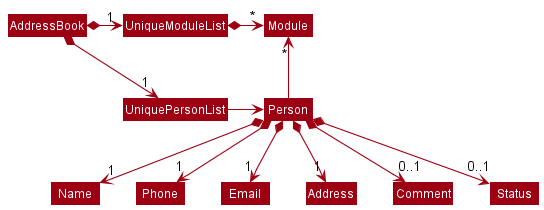
Before: docs/images/BetterModelClassDiagram.png, a diagram exported from PlantUML (nus-cs2103-AY2122S2/tp).
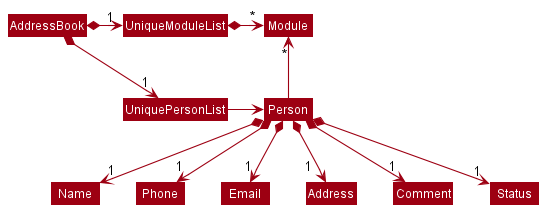
Above is the later version.

Diff of the diagram source:
```diff
@@ -17,7 +17,7 @@
 Person *--> "1" Name
 Person *--> "1" Phone
 Person *--> "1" Email
-Person *--> "1" Address
-Person *--> "           0..1" Comment
-Person *--> "    0..1" Status
+Person *--> "1  " Address
+Person *--> "1" Comment
+Person *--> "1" Status
 @enduml
```
